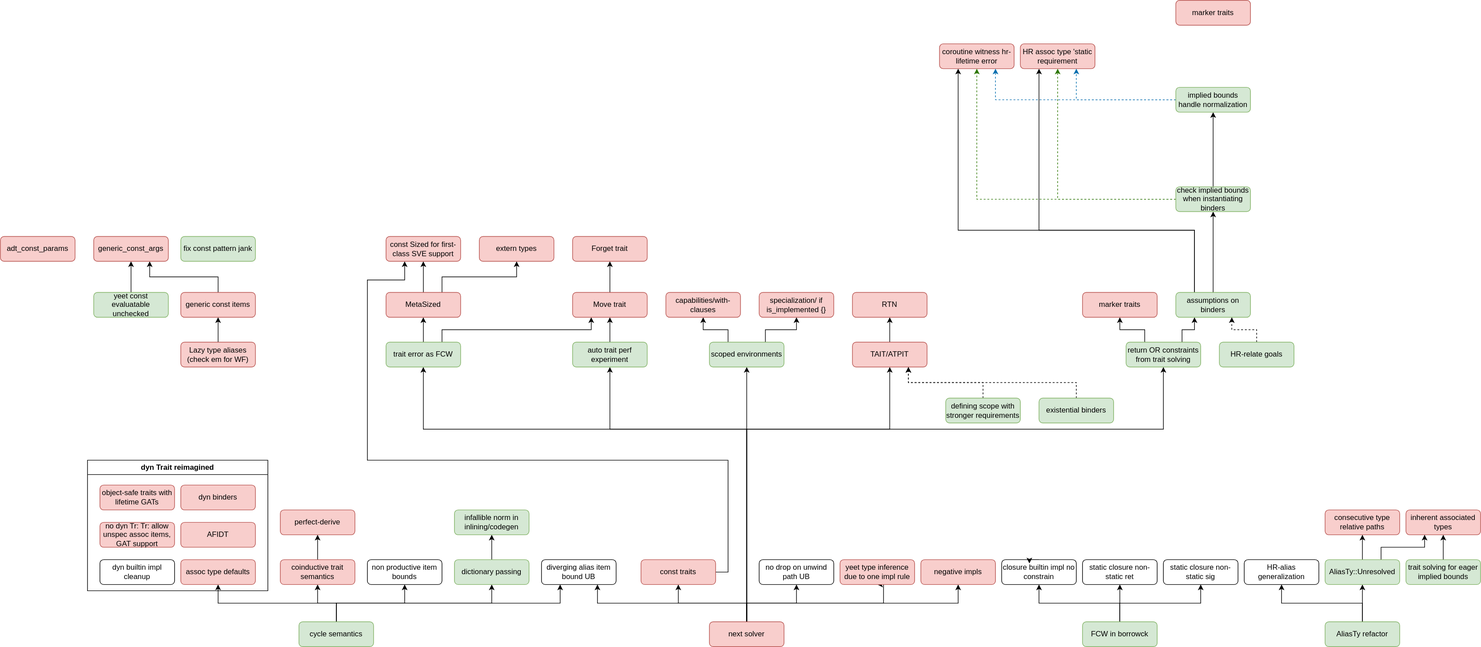
The draw.io diagram roadmap.svg in hexcatnl/roadmap, before a commit. Source tidied: cells renumbered, new cells last; positions are measured from the earlier drawing's top-left corner, leaving out a move shared by most shapes.
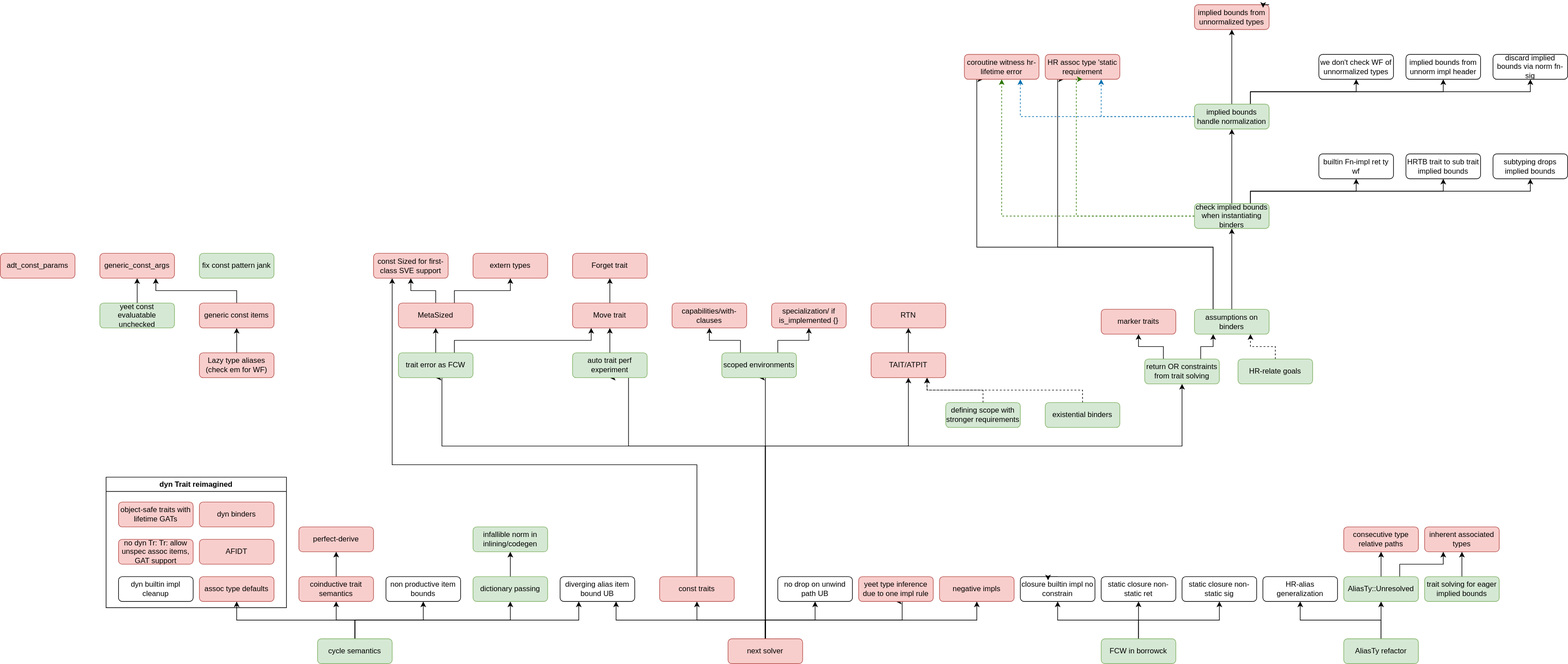
The same diagram one commit later.

The edit, as a diff of the source:
```diff
@@ -127,14 +127,11 @@
     <mxCell id="31" value="next solver" style="rounded=1;whiteSpace=wrap;html=1;fillColor=#f8cecc;strokeColor=#b85450;" parent="1" vertex="1">
       <mxGeometry x="1140" y="1000" width="120" height="40" as="geometry" />
     </mxCell>
-    <mxCell id="32" style="edgeStyle=orthogonalEdgeStyle;rounded=0;jettySize=auto;html=1;entryX=0.25;entryY=1;entryDx=0;entryDy=0;" parent="1" edge="1" source="33" target="47">
+    <mxCell id="32" style="edgeStyle=orthogonalEdgeStyle;rounded=0;jettySize=auto;html=1;exitX=0.5;exitY=0;exitDx=0;exitDy=0;entryX=0.25;entryY=1;entryDx=0;entryDy=0;" parent="1" edge="1" source="33" target="47">
       <mxGeometry relative="1" as="geometry">
         <Array as="points">
-          <mxPoint x="1170" y="920" />
-          <mxPoint x="1170" y="740" />
-          <mxPoint x="590" y="740" />
-          <mxPoint x="590" y="450" />
-          <mxPoint x="650" y="450" />
+          <mxPoint x="1090" y="720" />
+          <mxPoint x="600" y="720" />
         </Array>
       </mxGeometry>
     </mxCell>
@@ -154,13 +151,13 @@
       <mxGeometry relative="1" as="geometry" />
     </mxCell>
     <mxCell id="38" value="scoped environments" style="rounded=1;whiteSpace=wrap;html=1;fillColor=#d5e8d4;strokeColor=#82b366;" parent="1" vertex="1">
-      <mxGeometry x="1140" y="550" width="120" height="40" as="geometry" />
+      <mxGeometry x="1130" y="540" width="120" height="40" as="geometry" />
     </mxCell>
     <mxCell id="39" style="edgeStyle=orthogonalEdgeStyle;rounded=0;jettySize=auto;html=1;exitX=0.5;exitY=0;exitDx=0;exitDy=0;entryX=0.5;entryY=1;entryDx=0;entryDy=0;" parent="1" edge="1" source="40" target="51">
       <mxGeometry relative="1" as="geometry" />
     </mxCell>
     <mxCell id="40" value="auto trait perf experiment" style="rounded=1;whiteSpace=wrap;html=1;fillColor=#d5e8d4;strokeColor=#82b366;" parent="1" vertex="1">
-      <mxGeometry x="920" y="550" width="120" height="40" as="geometry" />
+      <mxGeometry x="890" y="540" width="120" height="40" as="geometry" />
     </mxCell>
     <mxCell id="41" style="edgeStyle=orthogonalEdgeStyle;rounded=0;jettySize=auto;html=1;exitX=0.5;exitY=0;exitDx=0;exitDy=0;entryX=0.5;entryY=1;entryDx=0;entryDy=0;" parent="1" edge="1" source="43" target="46">
       <mxGeometry relative="1" as="geometry" />
@@ -169,7 +166,7 @@
       <mxGeometry relative="1" as="geometry" />
     </mxCell>
     <mxCell id="43" value="trait error as FCW" style="rounded=1;whiteSpace=wrap;html=1;fillColor=#d5e8d4;strokeColor=#82b366;" parent="1" vertex="1">
-      <mxGeometry x="620" y="550" width="120" height="40" as="geometry" />
+      <mxGeometry x="610" y="540" width="120" height="40" as="geometry" />
     </mxCell>
     <mxCell id="44" style="edgeStyle=orthogonalEdgeStyle;rounded=0;jettySize=auto;html=1;exitX=0.5;exitY=0;exitDx=0;exitDy=0;" parent="1" edge="1" source="46" target="47">
       <mxGeometry relative="1" as="geometry" />
@@ -178,28 +175,28 @@
       <mxGeometry relative="1" as="geometry" />
     </mxCell>
     <mxCell id="46" value="MetaSized" style="rounded=1;whiteSpace=wrap;html=1;fillColor=#f8cecc;strokeColor=#b85450;" parent="1" vertex="1">
-      <mxGeometry x="620" y="470" width="120" height="40" as="geometry" />
+      <mxGeometry x="610" y="460" width="120" height="40" as="geometry" />
     </mxCell>
     <mxCell id="47" value="const Sized for first-class SVE support" style="rounded=1;whiteSpace=wrap;html=1;fillColor=#f8cecc;strokeColor=#b85450;" parent="1" vertex="1">
-      <mxGeometry x="620" y="380" width="120" height="40" as="geometry" />
+      <mxGeometry x="570" y="380" width="120" height="40" as="geometry" />
     </mxCell>
     <mxCell id="48" value="extern types" style="rounded=1;whiteSpace=wrap;html=1;fillColor=#f8cecc;strokeColor=#b85450;" parent="1" vertex="1">
-      <mxGeometry x="770" y="380" width="120" height="40" as="geometry" />
+      <mxGeometry x="730" y="380" width="120" height="40" as="geometry" />
     </mxCell>
     <mxCell id="49" value="Forget trait" style="rounded=1;whiteSpace=wrap;html=1;fillColor=#f8cecc;strokeColor=#b85450;" parent="1" vertex="1">
-      <mxGeometry x="920" y="380" width="120" height="40" as="geometry" />
+      <mxGeometry x="890" y="380" width="120" height="40" as="geometry" />
     </mxCell>
     <mxCell id="50" style="edgeStyle=orthogonalEdgeStyle;rounded=0;jettySize=auto;html=1;exitX=0.5;exitY=0;exitDx=0;exitDy=0;entryX=0.5;entryY=1;entryDx=0;entryDy=0;" parent="1" edge="1" source="51" target="49">
       <mxGeometry relative="1" as="geometry" />
     </mxCell>
     <mxCell id="51" value="Move trait" style="rounded=1;whiteSpace=wrap;html=1;fillColor=#f8cecc;strokeColor=#b85450;" parent="1" vertex="1">
-      <mxGeometry x="920" y="470" width="120" height="40" as="geometry" />
+      <mxGeometry x="890" y="460" width="120" height="40" as="geometry" />
     </mxCell>
     <mxCell id="52" value="capabilities/with-clauses" style="rounded=1;whiteSpace=wrap;html=1;fillColor=#f8cecc;strokeColor=#b85450;" parent="1" vertex="1">
-      <mxGeometry x="1070" y="470" width="120" height="40" as="geometry" />
+      <mxGeometry x="1050" y="460" width="120" height="40" as="geometry" />
     </mxCell>
     <mxCell id="53" value="specialization/ if is_implemented {}" style="rounded=1;whiteSpace=wrap;html=1;fillColor=#f8cecc;strokeColor=#b85450;" parent="1" vertex="1">
-      <mxGeometry x="1220" y="470" width="120" height="40" as="geometry" />
+      <mxGeometry x="1210" y="460" width="120" height="40" as="geometry" />
     </mxCell>
     <mxCell id="54" value="&lt;a href=&quot;https://github.com/rust-lang/rust/issues/47949&quot;&gt;no drop on unwind path UB&lt;/a&gt;" style="rounded=1;whiteSpace=wrap;html=1;fillColor=light-dark(#FFFFFF,#FF3333);" parent="1" vertex="1">
       <mxGeometry x="1220" y="900" width="120" height="40" as="geometry" />
@@ -214,22 +211,22 @@
       <mxGeometry relative="1" as="geometry" />
     </mxCell>
     <mxCell id="58" value="TAIT/ATPIT" style="rounded=1;whiteSpace=wrap;html=1;fillColor=#f8cecc;strokeColor=#b85450;" parent="1" vertex="1">
-      <mxGeometry x="1370" y="550" width="120" height="40" as="geometry" />
+      <mxGeometry x="1370" y="540" width="120" height="40" as="geometry" />
     </mxCell>
     <mxCell id="59" value="RTN" style="rounded=1;whiteSpace=wrap;html=1;fillColor=#f8cecc;strokeColor=#b85450;" parent="1" vertex="1">
-      <mxGeometry x="1370" y="470" width="120" height="40" as="geometry" />
+      <mxGeometry x="1370" y="460" width="120" height="40" as="geometry" />
     </mxCell>
     <mxCell id="60" style="edgeStyle=orthogonalEdgeStyle;rounded=0;jettySize=auto;html=1;exitX=0.5;exitY=0;exitDx=0;exitDy=0;entryX=0.75;entryY=1;entryDx=0;entryDy=0;dashed=1;" parent="1" edge="1" source="61" target="58">
       <mxGeometry relative="1" as="geometry" />
     </mxCell>
     <mxCell id="61" value="defining scope with stronger requirements" style="rounded=1;whiteSpace=wrap;html=1;fillColor=#d5e8d4;strokeColor=#82b366;" parent="1" vertex="1">
-      <mxGeometry x="1520" y="640" width="120" height="40" as="geometry" />
+      <mxGeometry x="1490" y="620" width="120" height="40" as="geometry" />
     </mxCell>
     <mxCell id="62" style="edgeStyle=orthogonalEdgeStyle;rounded=0;jettySize=auto;html=1;exitX=0.5;exitY=0;exitDx=0;exitDy=0;entryX=0.75;entryY=1;entryDx=0;entryDy=0;dashed=1;" parent="1" edge="1" source="63" target="58">
       <mxGeometry relative="1" as="geometry" />
     </mxCell>
     <mxCell id="63" value="existential binders" style="rounded=1;whiteSpace=wrap;html=1;fillColor=#d5e8d4;strokeColor=#82b366;" parent="1" vertex="1">
-      <mxGeometry x="1670" y="640" width="120" height="40" as="geometry" />
+      <mxGeometry x="1650" y="620" width="120" height="40" as="geometry" />
     </mxCell>
     <mxCell id="64" style="edgeStyle=orthogonalEdgeStyle;rounded=0;jettySize=auto;html=1;exitX=0.5;exitY=0;exitDx=0;exitDy=0;entryX=0.5;entryY=1;entryDx=0;entryDy=0;" parent="1" edge="1" source="67" target="68">
       <mxGeometry relative="1" as="geometry" />
@@ -265,28 +262,28 @@
       <mxGeometry relative="1" as="geometry" />
     </mxCell>
     <mxCell id="75" value="Lazy type aliases (check em for WF)" style="rounded=1;whiteSpace=wrap;html=1;fillColor=#f8cecc;strokeColor=#b85450;" parent="1" vertex="1">
-      <mxGeometry x="290" y="550" width="120" height="40" as="geometry" />
+      <mxGeometry x="290" y="540" width="120" height="40" as="geometry" />
     </mxCell>
     <mxCell id="76" style="edgeStyle=orthogonalEdgeStyle;rounded=0;jettySize=auto;html=1;exitX=0.5;exitY=0;exitDx=0;exitDy=0;entryX=0.75;entryY=1;entryDx=0;entryDy=0;" parent="1" edge="1" source="77" target="81">
       <mxGeometry relative="1" as="geometry" />
     </mxCell>
     <mxCell id="77" value="generic const items" style="rounded=1;whiteSpace=wrap;html=1;fillColor=#f8cecc;strokeColor=#b85450;" parent="1" vertex="1">
-      <mxGeometry x="290" y="470" width="120" height="40" as="geometry" />
+      <mxGeometry x="290" y="460" width="120" height="40" as="geometry" />
     </mxCell>
     <mxCell id="78" style="edgeStyle=orthogonalEdgeStyle;rounded=0;jettySize=auto;html=1;exitX=0.5;exitY=0;exitDx=0;exitDy=0;entryX=0.5;entryY=1;entryDx=0;entryDy=0;" parent="1" edge="1" source="79" target="81">
       <mxGeometry relative="1" as="geometry" />
     </mxCell>
     <mxCell id="79" value="yeet const evaluatable unchecked" style="rounded=1;whiteSpace=wrap;html=1;fillColor=#d5e8d4;strokeColor=#82b366;" parent="1" vertex="1">
-      <mxGeometry x="150" y="470" width="120" height="40" as="geometry" />
+      <mxGeometry x="130" y="460" width="120" height="40" as="geometry" />
     </mxCell>
     <mxCell id="80" value="fix const pattern jank" style="rounded=1;whiteSpace=wrap;html=1;fillColor=#d5e8d4;strokeColor=#82b366;" parent="1" vertex="1">
       <mxGeometry x="290" y="380" width="120" height="40" as="geometry" />
     </mxCell>
     <mxCell id="81" value="generic_const_args" style="rounded=1;whiteSpace=wrap;html=1;fillColor=#f8cecc;strokeColor=#b85450;" parent="1" vertex="1">
-      <mxGeometry x="150" y="380" width="120" height="40" as="geometry" />
+      <mxGeometry x="130" y="380" width="120" height="40" as="geometry" />
     </mxCell>
     <mxCell id="82" value="adt_const_params" style="rounded=1;whiteSpace=wrap;html=1;fillColor=#f8cecc;strokeColor=#b85450;" parent="1" vertex="1">
-      <mxGeometry y="380" width="120" height="40" as="geometry" />
+      <mxGeometry x="-30" y="380" width="120" height="40" as="geometry" />
     </mxCell>
     <mxCell id="83" value="marker traits" style="rounded=1;whiteSpace=wrap;html=1;fillColor=#f8cecc;strokeColor=#b85450;" parent="1" vertex="1">
       <mxGeometry x="1740" y="470" width="120" height="40" as="geometry" />
@@ -356,10 +353,10 @@
       <mxGeometry x="2260" y="900" width="120" height="40" as="geometry" />
     </mxCell>
     <mxCell id="102" value="coroutine witness hr-lifetime error" style="rounded=1;whiteSpace=wrap;html=1;fillColor=#f8cecc;strokeColor=#b85450;" parent="1" vertex="1">
-      <mxGeometry x="1510" y="70" width="120" height="40" as="geometry" />
+      <mxGeometry x="1520" y="60" width="120" height="40" as="geometry" />
     </mxCell>
     <mxCell id="103" value="HR assoc type 'static requirement" style="rounded=1;whiteSpace=wrap;html=1;fillColor=#f8cecc;strokeColor=#b85450;" parent="1" vertex="1">
-      <mxGeometry x="1640" y="70" width="120" height="40" as="geometry" />
+      <mxGeometry x="1650" y="60" width="120" height="40" as="geometry" />
     </mxCell>
     <mxCell id="104" style="edgeStyle=orthogonalEdgeStyle;rounded=0;jettySize=auto;html=1;exitX=0;exitY=0.5;exitDx=0;exitDy=0;entryX=0.5;entryY=1;entryDx=0;entryDy=0;dashed=1;fillColor=#60a917;strokeColor=#2D7600;" parent="1" edge="1" source="107" target="102">
       <mxGeometry relative="1" as="geometry" />
@@ -374,6 +371,15 @@
     <mxCell id="106" style="edgeStyle=orthogonalEdgeStyle;rounded=0;jettySize=auto;html=1;exitX=0.5;exitY=0;exitDx=0;exitDy=0;entryX=0.5;entryY=1;entryDx=0;entryDy=0;" parent="1" edge="1" source="107" target="110">
       <mxGeometry relative="1" as="geometry" />
     </mxCell>
+    <mxCell id="112" style="edgeStyle=orthogonalEdgeStyle;rounded=0;jettySize=auto;html=1;exitX=0.75;exitY=0;exitDx=0;exitDy=0;entryX=0.5;entryY=1;entryDx=0;entryDy=0;" parent="1" edge="1" source="107" target="122">
+      <mxGeometry relative="1" as="geometry" />
+    </mxCell>
+    <mxCell id="113" style="edgeStyle=orthogonalEdgeStyle;rounded=0;jettySize=auto;html=1;exitX=0.75;exitY=0;exitDx=0;exitDy=0;entryX=0.5;entryY=1;entryDx=0;entryDy=0;" parent="1" edge="1" source="107" target="120">
+      <mxGeometry relative="1" as="geometry" />
+    </mxCell>
+    <mxCell id="114" style="edgeStyle=orthogonalEdgeStyle;rounded=0;jettySize=auto;html=1;exitX=0.75;exitY=0;exitDx=0;exitDy=0;entryX=0.5;entryY=1;entryDx=0;entryDy=0;" parent="1" edge="1" source="107" target="121">
+      <mxGeometry relative="1" as="geometry" />
+    </mxCell>
     <mxCell id="107" value="check implied bounds when instantiating binders" style="rounded=1;whiteSpace=wrap;html=1;fillColor=#d5e8d4;strokeColor=#82b366;" parent="1" vertex="1">
       <mxGeometry x="1890" y="300" width="120" height="40" as="geometry" />
     </mxCell>
@@ -383,11 +389,47 @@
     <mxCell id="109" style="edgeStyle=orthogonalEdgeStyle;rounded=0;jettySize=auto;html=1;exitX=0;exitY=0.5;exitDx=0;exitDy=0;entryX=0.75;entryY=1;entryDx=0;entryDy=0;dashed=1;fillColor=#1ba1e2;strokeColor=#006EAF;" parent="1" edge="1" source="110" target="103">
       <mxGeometry relative="1" as="geometry" />
     </mxCell>
+    <mxCell id="115" style="edgeStyle=orthogonalEdgeStyle;rounded=0;jettySize=auto;html=1;exitX=0.5;exitY=0;exitDx=0;exitDy=0;entryX=0.5;entryY=1;entryDx=0;entryDy=0;" parent="1" edge="1" source="110" target="111">
+      <mxGeometry relative="1" as="geometry" />
+    </mxCell>
+    <mxCell id="116" style="edgeStyle=orthogonalEdgeStyle;rounded=0;jettySize=auto;html=1;exitX=0.75;exitY=0;exitDx=0;exitDy=0;entryX=0.5;entryY=1;entryDx=0;entryDy=0;" parent="1" edge="1" source="110" target="123">
+      <mxGeometry relative="1" as="geometry" />
+    </mxCell>
+    <mxCell id="117" style="edgeStyle=orthogonalEdgeStyle;rounded=0;jettySize=auto;html=1;exitX=0.75;exitY=0;exitDx=0;exitDy=0;entryX=0.5;entryY=1;entryDx=0;entryDy=0;" parent="1" edge="1" source="110" target="124">
+      <mxGeometry relative="1" as="geometry" />
+    </mxCell>
+    <mxCell id="118" style="edgeStyle=orthogonalEdgeStyle;rounded=0;jettySize=auto;html=1;exitX=0.75;exitY=0;exitDx=0;exitDy=0;entryX=0.5;entryY=1;entryDx=0;entryDy=0;" parent="1" edge="1" source="110" target="125">
+      <mxGeometry relative="1" as="geometry" />
+    </mxCell>
     <mxCell id="110" value="implied bounds handle normalization" style="rounded=1;whiteSpace=wrap;html=1;fillColor=#d5e8d4;strokeColor=#82b366;" parent="1" vertex="1">
       <mxGeometry x="1890" y="140" width="120" height="40" as="geometry" />
     </mxCell>
-    <mxCell id="111" value="marker traits" style="rounded=1;whiteSpace=wrap;html=1;fillColor=#f8cecc;strokeColor=#b85450;" parent="1" vertex="1">
-      <mxGeometry x="1890" width="120" height="40" as="geometry" />
+    <mxCell id="111" value="implied bounds from unnormalized types" style="rounded=1;whiteSpace=wrap;html=1;fillColor=#f8cecc;strokeColor=#b85450;" parent="1" vertex="1">
+      <mxGeometry x="1890" y="-20" width="120" height="40" as="geometry" />
     </mxCell>
+    <mxCell id="119" style="edgeStyle=orthogonalEdgeStyle;rounded=0;orthogonalLoop=1;jettySize=auto;html=1;exitX=0.5;exitY=1;exitDx=0;exitDy=0;" parent="1" edge="1" source="48" target="48">
+      <mxGeometry relative="1" as="geometry" />
+    </mxCell>
+    <mxCell id="120" value="&lt;a href=&quot;https://github.com/rust-lang/rust/issues/84553&quot;&gt;builtin Fn-impl ret ty wf&lt;/a&gt;" style="rounded=1;whiteSpace=wrap;html=1;fillColor=light-dark(#FFFFFF,#FF3333);" parent="1" vertex="1">
+      <mxGeometry x="2090" y="220" width="120" height="40" as="geometry" />
+    </mxCell>
+    <mxCell id="121" value="&lt;a href=&quot;https://github.com/rust-lang/rust/issues/84591&quot;&gt;HRTB trait to sub trait implied bounds&lt;/a&gt;" style="rounded=1;whiteSpace=wrap;html=1;fillColor=light-dark(#FFFFFF,#FF3333);" parent="1" vertex="1">
+      <mxGeometry x="2230" y="220" width="120" height="40" as="geometry" />
+    </mxCell>
+    <mxCell id="122" value="&lt;a href=&quot;https://github.com/rust-lang/rust/issues/25860&quot;&gt;subtyping drops implied bounds&lt;/a&gt;" style="rounded=1;whiteSpace=wrap;html=1;fillColor=light-dark(#FFFFFF,#FF3333);" parent="1" vertex="1">
+      <mxGeometry x="2370" y="220" width="120" height="40" as="geometry" />
+    </mxCell>
+    <mxCell id="123" value="&lt;a href=&quot;https://github.com/rust-lang/rust/issues/100041&quot;&gt;we don't check WF of unnormalized types&lt;/a&gt;" style="rounded=1;whiteSpace=wrap;html=1;fillColor=light-dark(#FFFFFF,#FF3333);" parent="1" vertex="1">
+      <mxGeometry x="2090" y="60" width="120" height="40" as="geometry" />
+    </mxCell>
+    <mxCell id="124" value="&lt;a href=&quot;https://github.com/rust-lang/rust/issues/100051&quot;&gt;implied bounds from unnorm impl header&lt;/a&gt;" style="rounded=1;whiteSpace=wrap;html=1;fillColor=light-dark(#FFFFFF,#FF3333);" parent="1" vertex="1">
+      <mxGeometry x="2230" y="60" width="120" height="40" as="geometry" />
+    </mxCell>
+    <mxCell id="125" value="&lt;a href=&quot;https://github.com/rust-lang/rust/issues/129005&quot;&gt;discard implied bounds via norm fn-sig&lt;/a&gt;" style="rounded=1;whiteSpace=wrap;html=1;fillColor=light-dark(#FFFFFF,#FF3333);" parent="1" vertex="1">
+      <mxGeometry x="2370" y="60" width="120" height="40" as="geometry" />
+    </mxCell>
+    <mxCell id="126" style="edgeStyle=orthogonalEdgeStyle;rounded=0;orthogonalLoop=1;jettySize=auto;html=1;exitX=1;exitY=0;exitDx=0;exitDy=0;entryX=0.919;entryY=0.125;entryDx=0;entryDy=0;entryPerimeter=0;" parent="1" edge="1" source="111" target="111">
+      <mxGeometry relative="1" as="geometry" />
+    </mxCell>
   </root>
 </mxGraphModel>
```
